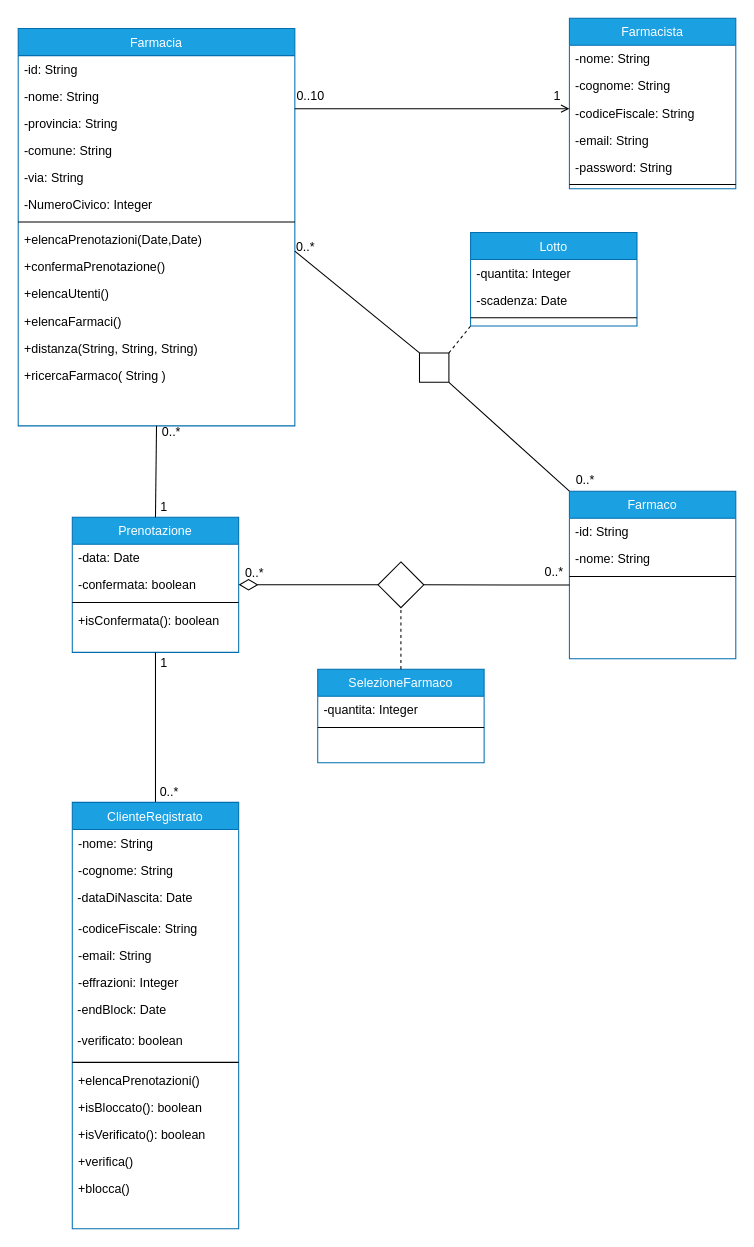
Before: drawio/Architettura Logica/ModelloDominio.drawio in lnwor/farmabyte-doc, a draw.io diagram. Source tidied: cells renumbered, new cells numbered last; positions are measured from the earlier drawing's top-left corner, leaving out a move shared by most shapes. Both pictures are drawn from the tidied source at 104%, with x=0, y=0 at pixel (18, 18).
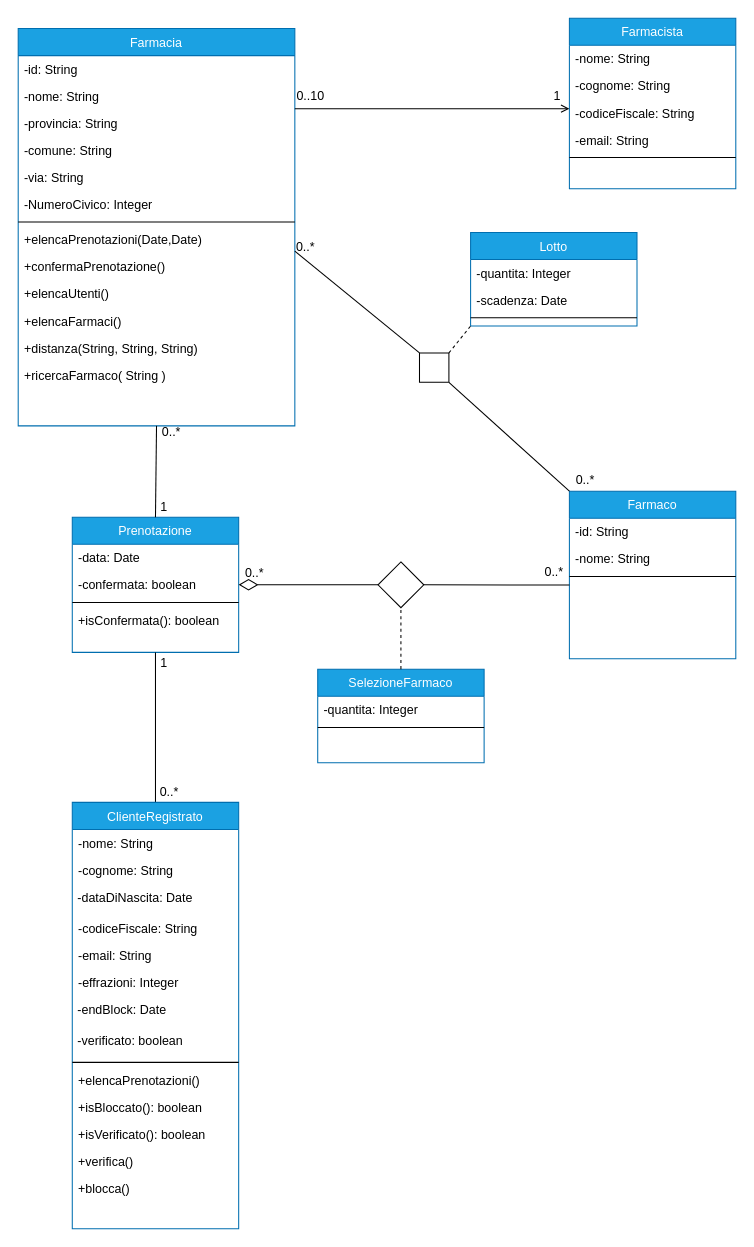
Above is the later version.

Commit message (it also covers changes not shown here):
rimosse password farmacista

Unchanged cells that the change refers to:
```xml
<mxCell id="16" value="Farmacista" style="swimlane;fontStyle=0;align=center;verticalAlign=top;horizontal=1;startSize=26;rounded=0;shadow=0;strokeWidth=1;fillColor=#1ba1e2;strokeColor=#006EAF;fontColor=#ffffff;" parent="1" vertex="1">
  <mxGeometry x="530" width="160" height="164" as="geometry" />
</mxCell>
```

Diff of the diagram source:
```diff
@@
-    <mxCell id="21" value="-password: String" style="text;align=left;verticalAlign=top;spacingLeft=4;spacingRight=4;overflow=hidden;" parent="16" vertex="1">
-      <mxGeometry y="130" width="160" height="26" as="geometry" />
-    </mxCell>
     <mxCell id="22" style="line;html=1;strokeWidth=1;align=left;verticalAlign=middle;spacingTop=-1;spacingLeft=3;spacingRight=3;labelPosition=right;" parent="16" vertex="1">
-      <mxGeometry y="156" width="160" height="8" as="geometry" />
+      <mxGeometry y="130" width="160" height="8" as="geometry" />
     </mxCell>
```
